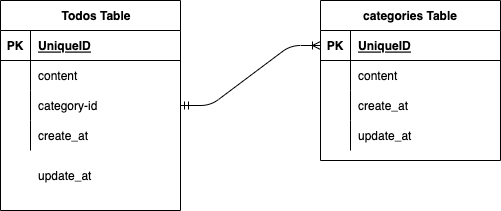
Before: Todo.drawio.png, a diagram exported from draw.io (nishihatakoh/20220620TodoList). Source tidied: cells renumbered, new cells last; positions are measured from the earlier drawing's top-left corner, leaving out a move shared by most shapes.
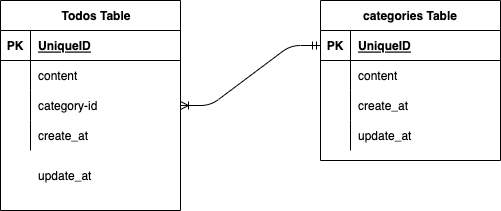
The same file after the commit.

Diff of the diagram source:
```diff
@@ -83,7 +83,7 @@
     <mxCell id="28" value="update_at" style="shape=partialRectangle;fillColor=none;top=0;left=0;bottom=0;right=0;align=left;spacingLeft=6;overflow=hidden;" parent="26" vertex="1">
       <mxGeometry x="30" width="150" height="30" as="geometry" />
     </mxCell>
-    <mxCell id="29" style="edgeStyle=entityRelationEdgeStyle;fontSize=12;html=1;endArrow=ERoneToMany;startArrow=ERmandOne;exitX=1;exitY=0.5;exitDx=0;exitDy=0;entryX=0;entryY=0.5;entryDx=0;entryDy=0;" parent="1" edge="1" source="9" target="17">
+    <mxCell id="29" style="edgeStyle=entityRelationEdgeStyle;fontSize=12;html=1;endArrow=ERoneToMany;startArrow=ERmandOne;exitX=0;exitY=0.5;exitDx=0;exitDy=0;entryX=1;entryY=0.5;entryDx=0;entryDy=0;" parent="1" edge="1" source="17" target="9">
       <mxGeometry relative="1" as="geometry" />
     </mxCell>
   </root>
```
